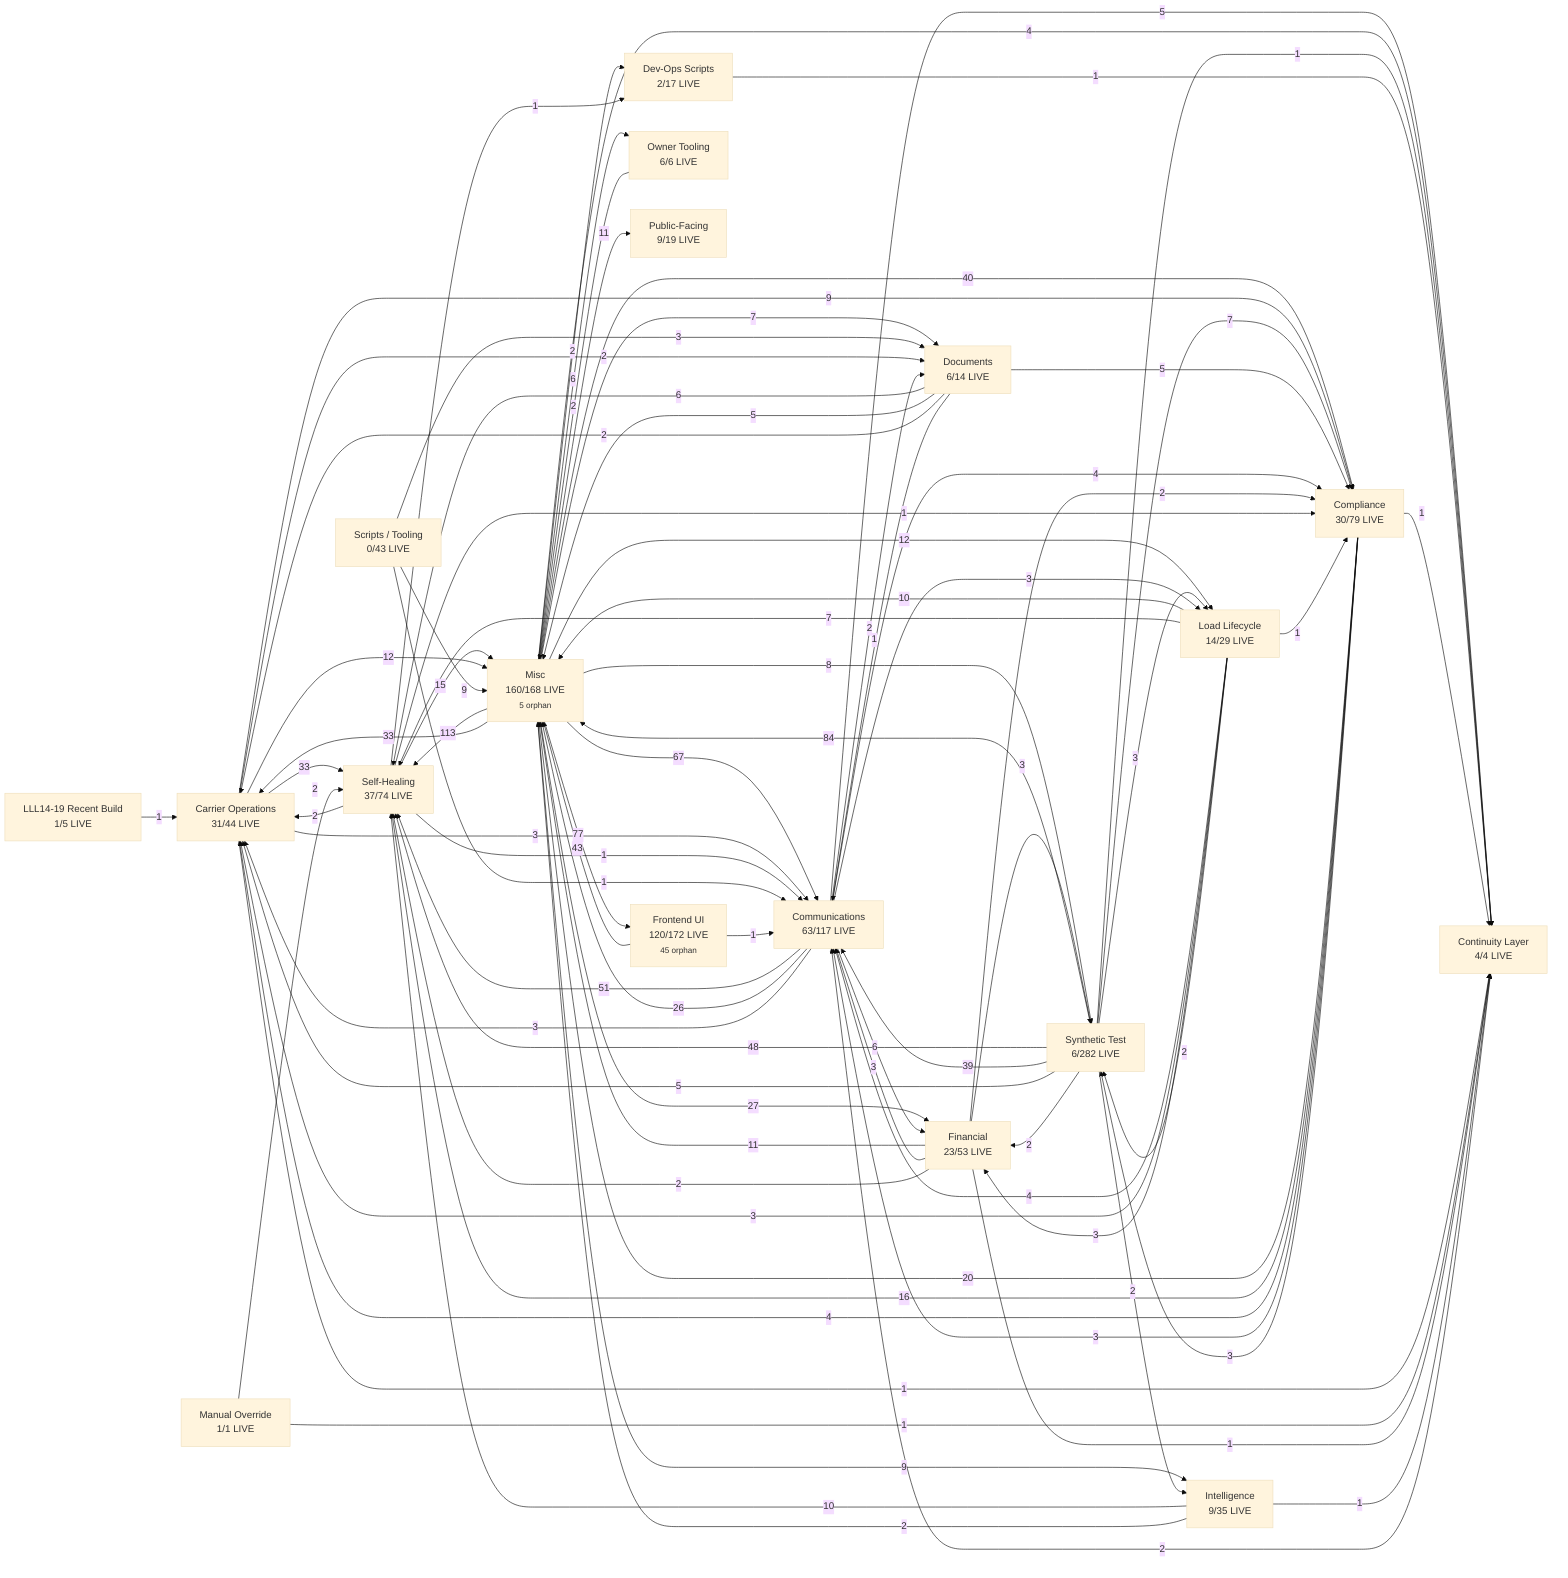
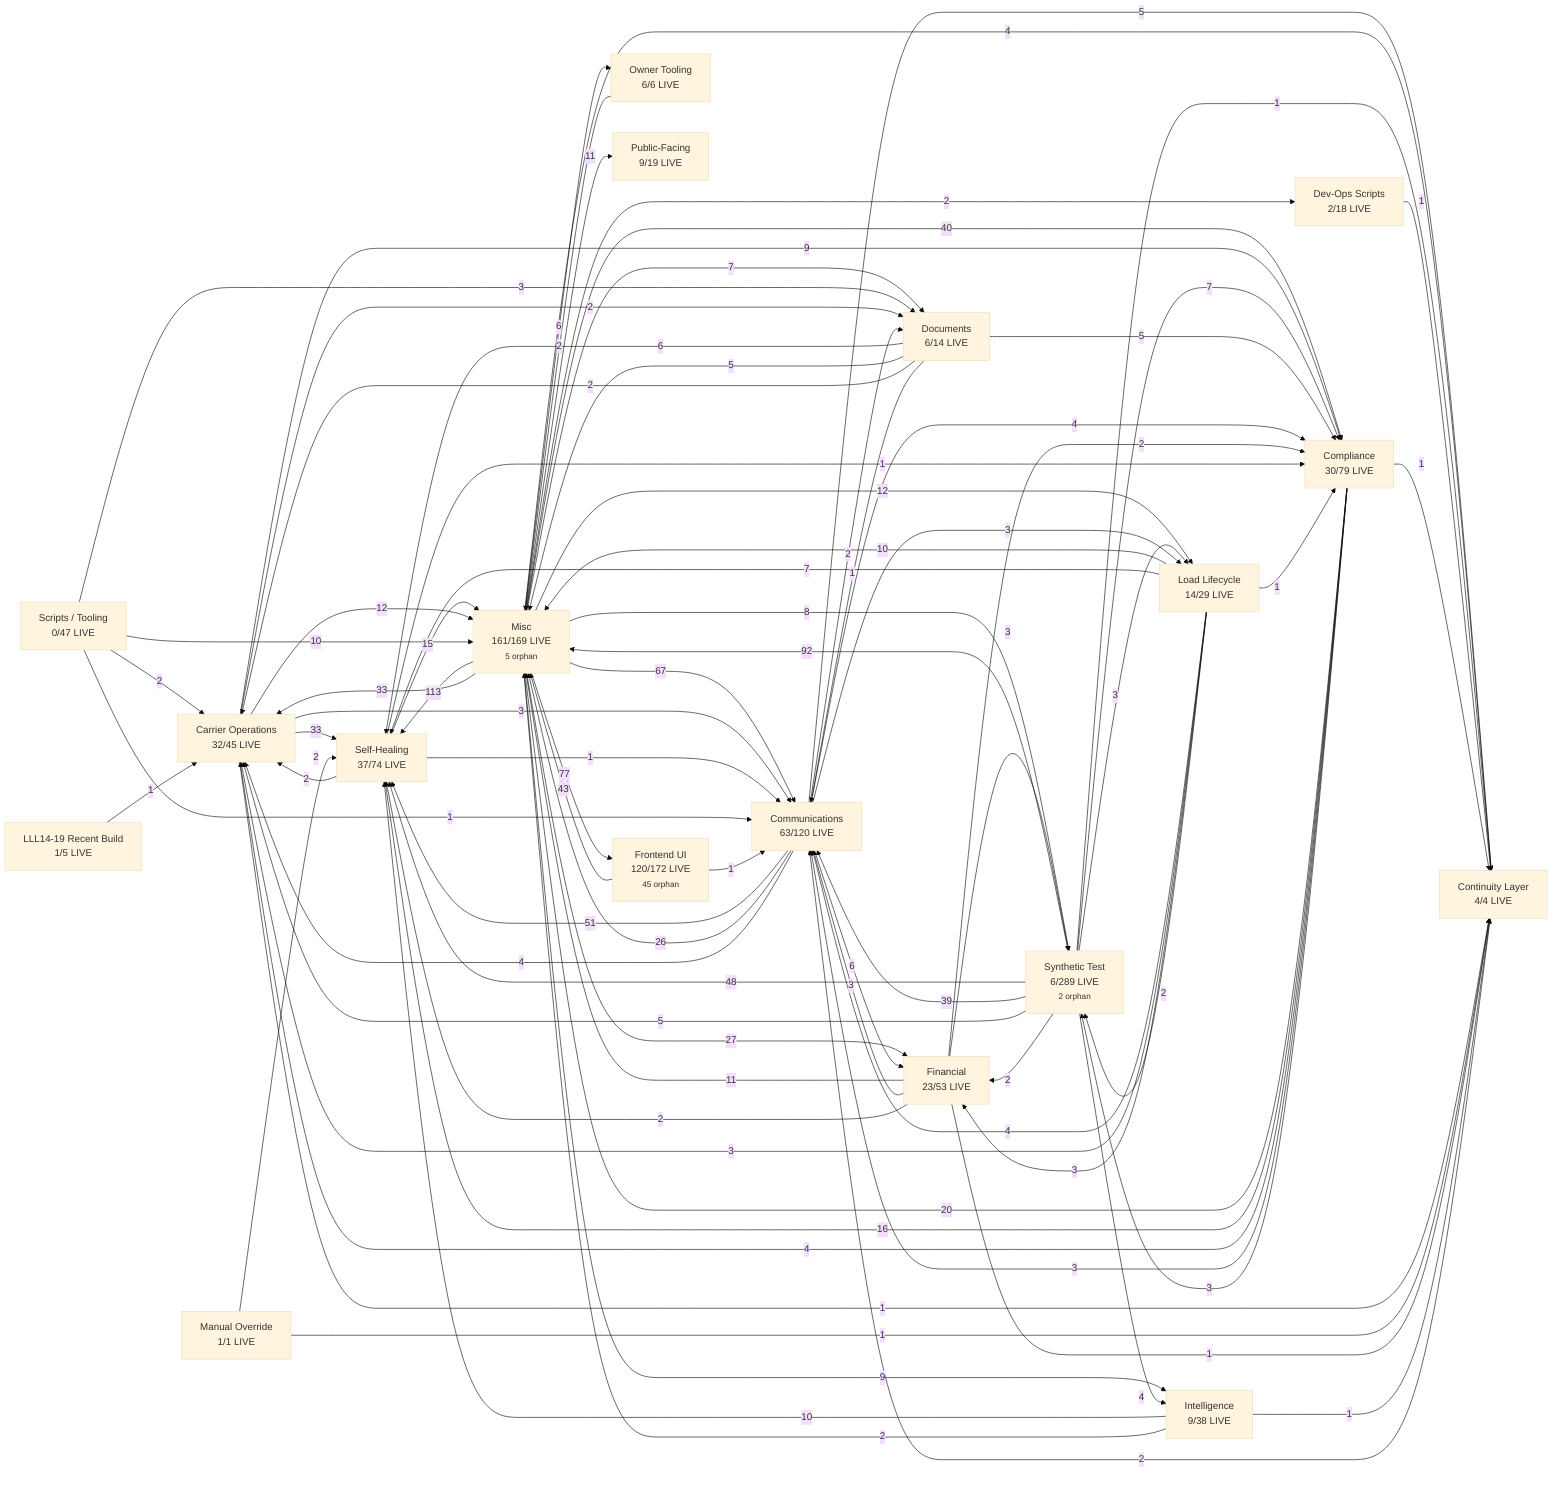
%%{init: {'theme':'base'}}%%
graph LR

  %% Subsystem nodes (size in label = LIVE / total)
-   S_Carrier_Operations["Carrier Operations<br/>31/44 LIVE"]
-   S_Communications["Communications<br/>63/117 LIVE"]
+   S_Carrier_Operations["Carrier Operations<br/>32/45 LIVE"]
+   S_Communications["Communications<br/>63/120 LIVE"]
  S_Compliance["Compliance<br/>30/79 LIVE"]
  S_Continuity_Layer["Continuity Layer<br/>4/4 LIVE"]
-   S_Dev_Ops_Scripts["Dev-Ops Scripts<br/>2/17 LIVE"]
+   S_Dev_Ops_Scripts["Dev-Ops Scripts<br/>2/18 LIVE"]
  S_Documents["Documents<br/>6/14 LIVE"]
  S_Financial["Financial<br/>23/53 LIVE"]
  S_Frontend_UI["Frontend UI<br/>120/172 LIVE<br/><small>45 orphan</small>"]
-   S_Intelligence["Intelligence<br/>9/35 LIVE"]
+   S_Intelligence["Intelligence<br/>9/38 LIVE"]
  S_LLL14_19_Recent_Build["LLL14-19 Recent Build<br/>1/5 LIVE"]
  S_Load_Lifecycle["Load Lifecycle<br/>14/29 LIVE"]
  S_Manual_Override["Manual Override<br/>1/1 LIVE"]
-   S_Misc["Misc<br/>160/168 LIVE<br/><small>5 orphan</small>"]
+   S_Misc["Misc<br/>161/169 LIVE<br/><small>5 orphan</small>"]
  S_Owner_Tooling["Owner Tooling<br/>6/6 LIVE"]
  S_Public_Facing["Public-Facing<br/>9/19 LIVE"]
-   S_Scripts___Tooling["Scripts / Tooling<br/>0/43 LIVE"]
+   S_Scripts___Tooling["Scripts / Tooling<br/>0/47 LIVE"]
  S_Self_Healing["Self-Healing<br/>37/74 LIVE"]
-   S_Synthetic_Test["Synthetic Test<br/>6/282 LIVE"]
+   S_Synthetic_Test["Synthetic Test<br/>6/289 LIVE<br/><small>2 orphan</small>"]

  %% Cross-subsystem edges (weighted by caller-file count)
  S_Misc -- 113 --> S_Self_Healing
-   S_Synthetic_Test -- 84 --> S_Misc
+   S_Synthetic_Test -- 92 --> S_Misc
  S_Misc -- 77 --> S_Frontend_UI
  S_Misc -- 67 --> S_Communications
  S_Communications -- 51 --> S_Self_Healing
  S_Synthetic_Test -- 48 --> S_Self_Healing
  S_Frontend_UI -- 43 --> S_Misc
  S_Misc -- 40 --> S_Compliance
  S_Synthetic_Test -- 39 --> S_Communications
  S_Misc -- 33 --> S_Carrier_Operations
  S_Carrier_Operations -- 33 --> S_Self_Healing
  S_Misc -- 27 --> S_Financial
  S_Communications -- 26 --> S_Misc
  S_Compliance -- 20 --> S_Misc
  S_Compliance -- 16 --> S_Self_Healing
  S_Self_Healing -- 15 --> S_Misc
  S_Misc -- 12 --> S_Load_Lifecycle
  S_Carrier_Operations -- 12 --> S_Misc
  S_Financial -- 11 --> S_Misc
  S_Misc -- 11 --> S_Public_Facing
  S_Load_Lifecycle -- 10 --> S_Misc
+   S_Scripts___Tooling -- 10 --> S_Misc
  S_Intelligence -- 10 --> S_Self_Healing
  S_Carrier_Operations -- 9 --> S_Compliance
  S_Misc -- 9 --> S_Intelligence
-   S_Scripts___Tooling -- 9 --> S_Misc
  S_Misc -- 8 --> S_Synthetic_Test
  S_Synthetic_Test -- 7 --> S_Compliance
  S_Misc -- 7 --> S_Documents
  S_Load_Lifecycle -- 7 --> S_Self_Healing
  S_Communications -- 6 --> S_Financial
  S_Misc -- 6 --> S_Owner_Tooling
  S_Documents -- 6 --> S_Self_Healing
  S_Synthetic_Test -- 5 --> S_Carrier_Operations
  S_Documents -- 5 --> S_Compliance
  S_Communications -- 5 --> S_Continuity_Layer
  S_Documents -- 5 --> S_Misc
  S_Compliance -- 4 --> S_Carrier_Operations
+   S_Communications -- 4 --> S_Carrier_Operations
  S_Load_Lifecycle -- 4 --> S_Communications
  S_Communications -- 4 --> S_Compliance
  S_Misc -- 4 --> S_Continuity_Layer
+   S_Synthetic_Test -- 4 --> S_Intelligence
  S_Load_Lifecycle -- 3 --> S_Carrier_Operations
-   S_Communications -- 3 --> S_Carrier_Operations
  S_Financial -- 3 --> S_Communications
  S_Compliance -- 3 --> S_Communications
  S_Carrier_Operations -- 3 --> S_Communications
  S_Scripts___Tooling -- 3 --> S_Documents
  S_Load_Lifecycle -- 3 --> S_Financial
  S_Synthetic_Test -- 3 --> S_Load_Lifecycle
  S_Communications -- 3 --> S_Load_Lifecycle
  S_Compliance -- 3 --> S_Synthetic_Test
  S_Financial -- 3 --> S_Synthetic_Test
  S_Documents -- 2 --> S_Carrier_Operations
  S_Self_Healing -- 2 --> S_Carrier_Operations
+   S_Scripts___Tooling -- 2 --> S_Carrier_Operations
  S_Continuity_Layer -- 2 --> S_Communications
  S_Financial -- 2 --> S_Compliance
  S_Misc -- 2 --> S_Dev_Ops_Scripts
  S_Carrier_Operations -- 2 --> S_Documents
  S_Communications -- 2 --> S_Documents
  S_Synthetic_Test -- 2 --> S_Financial
-   S_Synthetic_Test -- 2 --> S_Intelligence
  S_Owner_Tooling -- 2 --> S_Misc
  S_Intelligence -- 2 --> S_Misc
  S_Manual_Override -- 2 --> S_Self_Healing
  S_Financial -- 2 --> S_Self_Healing
  S_Load_Lifecycle -- 2 --> S_Synthetic_Test
  S_LLL14_19_Recent_Build -- 1 --> S_Carrier_Operations
  S_Documents -- 1 --> S_Communications
  S_Self_Healing -- 1 --> S_Communications
  S_Scripts___Tooling -- 1 --> S_Communications
  S_Frontend_UI -- 1 --> S_Communications
  S_Self_Healing -- 1 --> S_Compliance
  S_Load_Lifecycle -- 1 --> S_Compliance
  S_Synthetic_Test -- 1 --> S_Continuity_Layer
  S_Dev_Ops_Scripts -- 1 --> S_Continuity_Layer
  S_Compliance -- 1 --> S_Continuity_Layer
  S_Carrier_Operations -- 1 --> S_Continuity_Layer
  S_Manual_Override -- 1 --> S_Continuity_Layer
  S_Financial -- 1 --> S_Continuity_Layer
-   S_Intelligence -- 1 --> S_Continuity_Layer
-   S_Self_Healing -- 1 --> S_Dev_Ops_Scripts+   S_Intelligence -- 1 --> S_Continuity_Layer